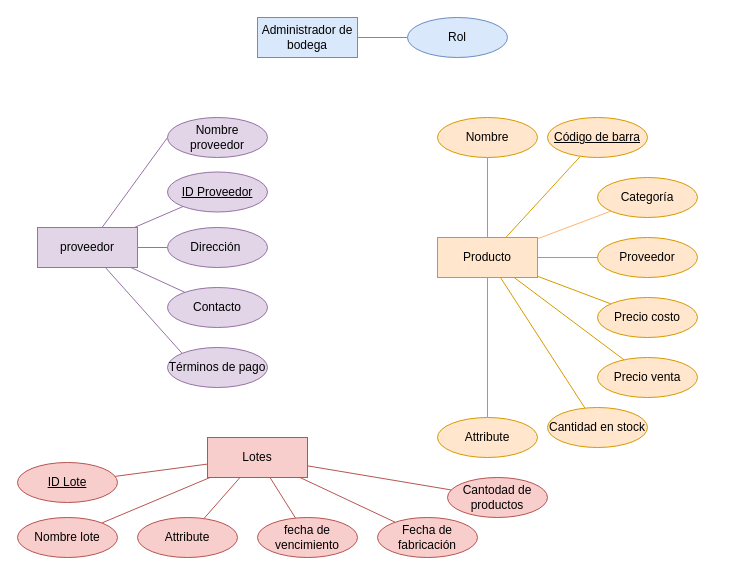
Above: Diagrama sin título.drawio in JotaMont/Evaluacion-2-Front-End (draw.io), before the change. Source tidied: cells renumbered, new cells numbered last; positions are measured from the earlier drawing's top-left corner, leaving out a move shared by most shapes. Both pictures are drawn from the tidied source at 100%, with x=0, y=0 at pixel (17, 17).
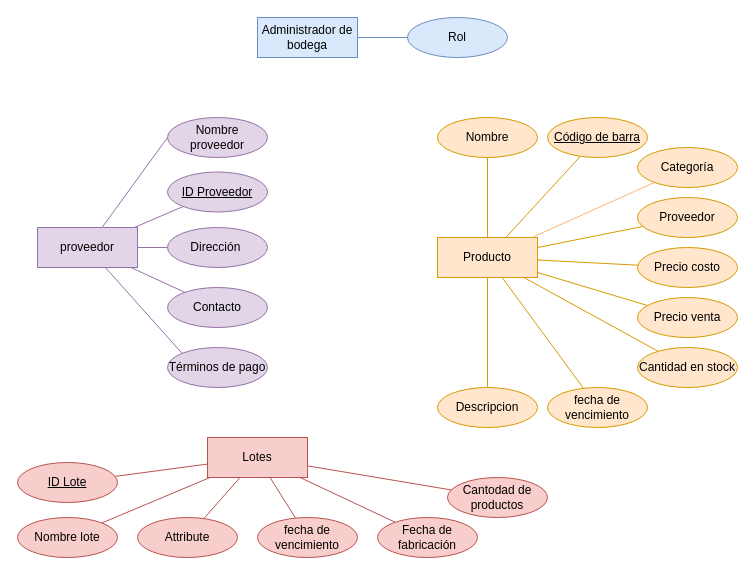
Above is the later version.

The change refers to these unchanged cells:
```xml
<mxCell id="4" value="Producto" style="whiteSpace=wrap;html=1;align=center;fillColor=#ffe6cc;strokeColor=#d79b00;" parent="1" vertex="1">
  <mxGeometry x="420" y="220" width="100" height="40" as="geometry" />
</mxCell>
```

The edit, as a diff of the source:
```diff
@@
     <mxCell id="9" value="&lt;span style=&quot;text-align: left;&quot;&gt;Categoría&lt;/span&gt;" style="ellipse;whiteSpace=wrap;html=1;align=center;fillColor=#ffe6cc;strokeColor=#d79b00;" parent="1" vertex="1">
-      <mxGeometry x="580" y="160" width="100" height="40" as="geometry" />
+      <mxGeometry x="620" y="130" width="100" height="40" as="geometry" />
     </mxCell>
@@
     <mxCell id="15" value="Proveedor" style="ellipse;whiteSpace=wrap;html=1;align=center;fillColor=#ffe6cc;strokeColor=#d79b00;" parent="1" vertex="1">
-      <mxGeometry x="580" y="220" width="100" height="40" as="geometry" />
+      <mxGeometry x="620" y="180" width="100" height="40" as="geometry" />
     </mxCell>
@@
     <mxCell id="17" value="Precio costo" style="ellipse;whiteSpace=wrap;html=1;align=center;fillColor=#ffe6cc;strokeColor=#d79b00;" parent="1" vertex="1">
-      <mxGeometry x="580" y="280" width="100" height="40" as="geometry" />
+      <mxGeometry x="620" y="230" width="100" height="40" as="geometry" />
     </mxCell>
@@
     <mxCell id="19" value="Precio venta" style="ellipse;whiteSpace=wrap;html=1;align=center;fillColor=#ffe6cc;strokeColor=#d79b00;" parent="1" vertex="1">
-      <mxGeometry x="580" y="340" width="100" height="40" as="geometry" />
+      <mxGeometry x="620" y="280" width="100" height="40" as="geometry" />
     </mxCell>
@@
     <mxCell id="21" value="Cantidad en stock" style="ellipse;whiteSpace=wrap;html=1;align=center;fillColor=#ffe6cc;strokeColor=#d79b00;" parent="1" vertex="1">
-      <mxGeometry x="530" y="390" width="100" height="40" as="geometry" />
+      <mxGeometry x="620" y="330" width="100" height="40" as="geometry" />
     </mxCell>
@@
-    <mxCell id="23" value="Attribute" style="ellipse;whiteSpace=wrap;html=1;align=center;fillColor=#ffe6cc;strokeColor=#d79b00;" parent="1" vertex="1">
-      <mxGeometry x="420" y="400" width="100" height="40" as="geometry" />
+    <mxCell id="23" value="fecha de vencimiento" style="ellipse;whiteSpace=wrap;html=1;align=center;fillColor=#ffe6cc;strokeColor=#d79b00;" parent="1" vertex="1">
+      <mxGeometry x="530" y="370" width="100" height="40" as="geometry" />
     </mxCell>
@@
+    <mxCell id="46" style="rounded=0;jettySize=auto;html=1;endArrow=none;endFill=0;fillColor=#ffe6cc;strokeColor=#d79b00;" parent="1" edge="1" source="47" target="4">
+      <mxGeometry relative="1" as="geometry" />
+    </mxCell>
+    <mxCell id="47" value="Descripcion" style="ellipse;whiteSpace=wrap;html=1;align=center;fillColor=#ffe6cc;strokeColor=#d79b00;" parent="1" vertex="1">
+      <mxGeometry x="420" y="370" width="100" height="40" as="geometry" />
+    </mxCell>
```
